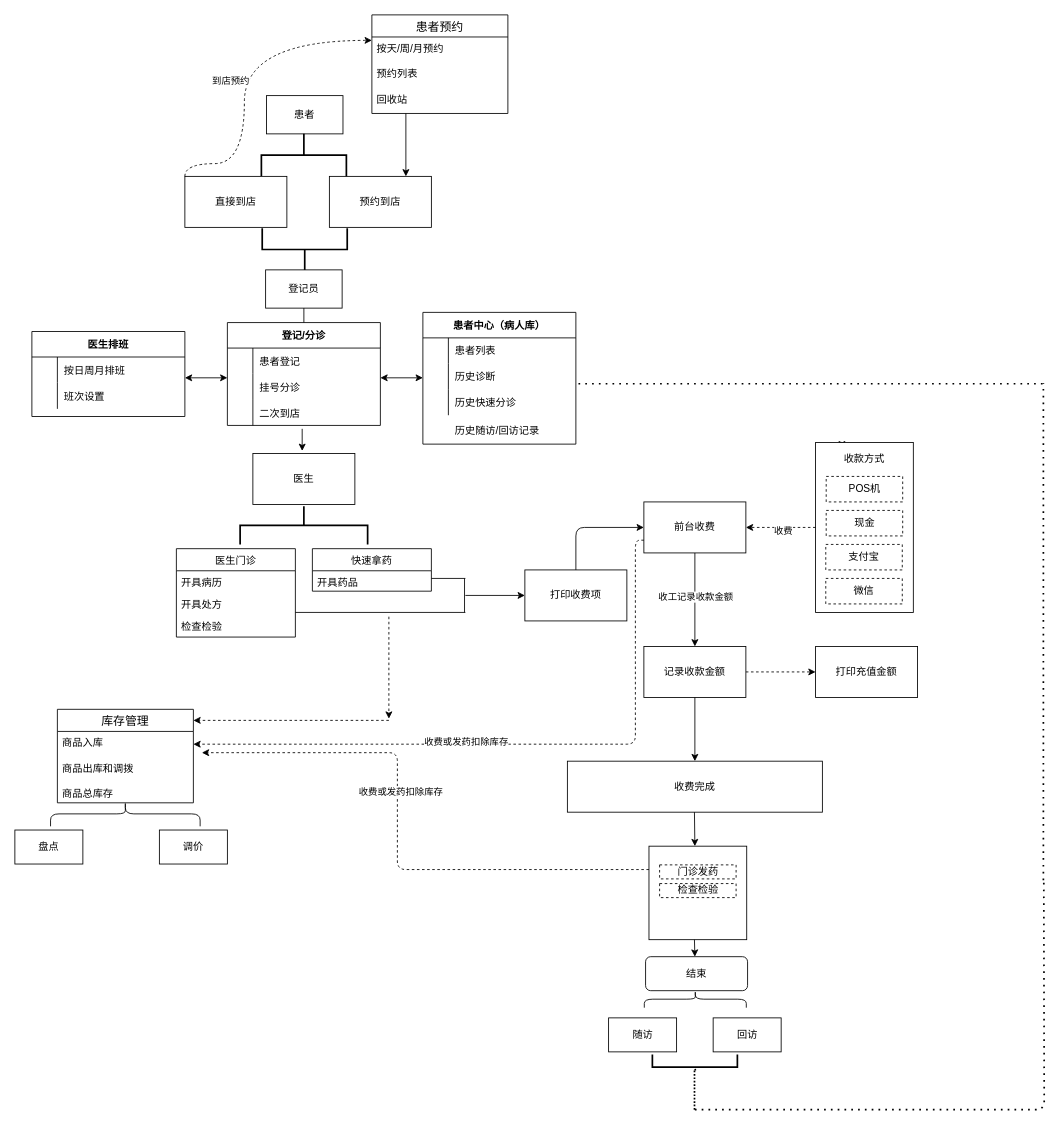
This is 牙管家/牙医管家业务逻辑ER图.drawio from cherishsince/diagrams.net, a draw.io file, before an edit. Source tidied: cells renumbered, new cells numbered last; positions are measured from the earlier drawing's top-left corner, leaving out a move shared by most shapes. Both pictures are drawn from the tidied source at 85%, with x=0, y=0 at pixel (14, 14).
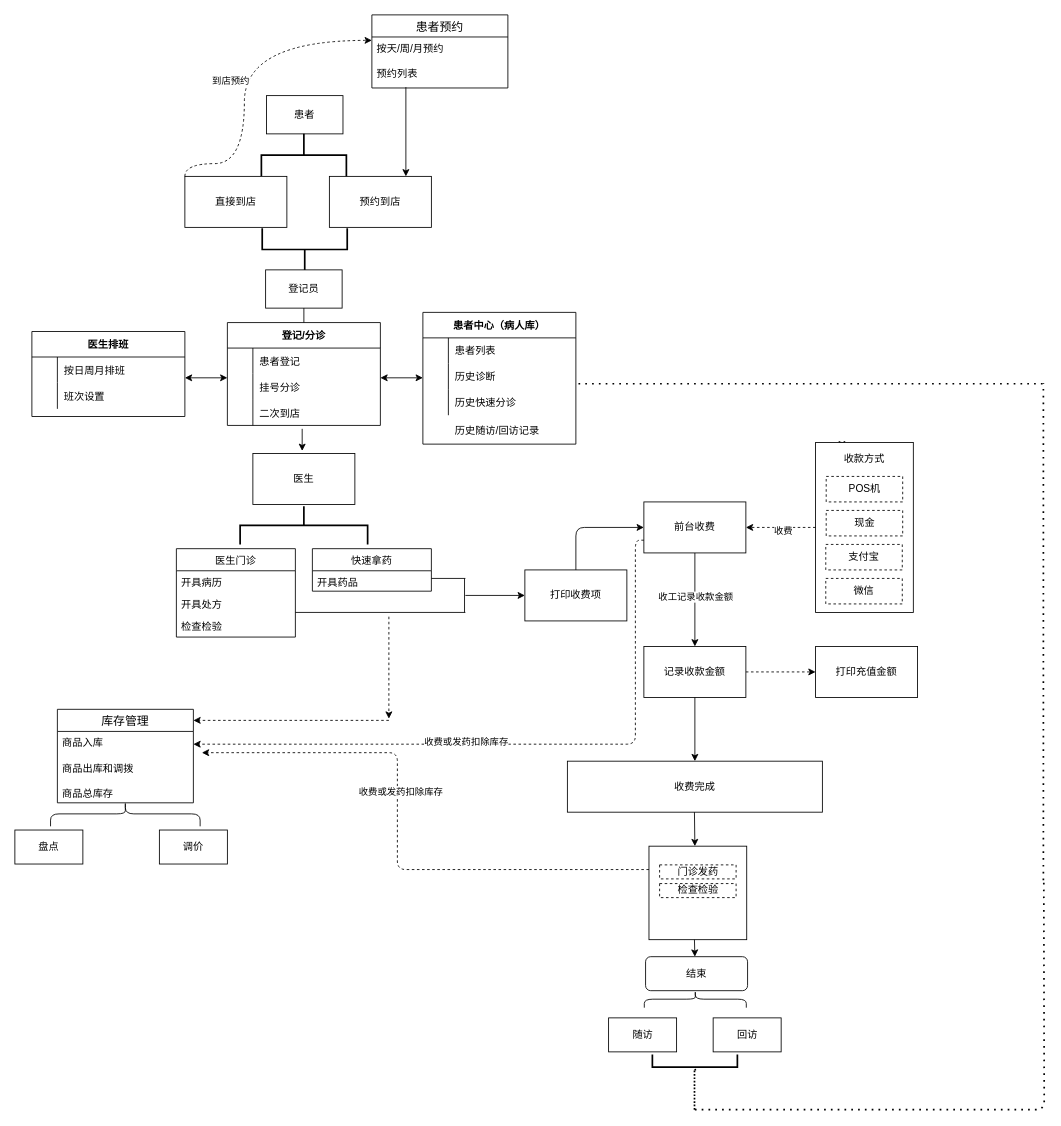
After the change.

Commit message:
更新牙医管家业务逻辑ER图.drawio

The change refers to these unchanged cells:
```xml
<mxCell id="4" value="预约到店" style="rounded=0;whiteSpace=wrap;html=1;" parent="1" vertex="1">
  <mxGeometry x="370" y="190" width="120" height="60" as="geometry" />
</mxCell>
```

Diff of the diagram source:
```diff
@@
     <mxCell id="24" value="患者预约" style="swimlane;fontStyle=0;horizontal=1;startSize=26;align=center;fontSize=14;" parent="1" vertex="1">
-      <mxGeometry x="420" width="160" height="116" as="geometry" />
+      <mxGeometry x="420" width="160" height="86" as="geometry" />
     </mxCell>
@@
-    <mxCell id="27" style="endArrow=classic;html=1;entryX=0.75;entryY=0;entryDx=0;entryDy=0;" parent="24" edge="1" target="4">
-      <mxGeometry relative="1" as="geometry">
-        <mxPoint x="40" y="116" as="sourcePoint" />
-      </mxGeometry>
-    </mxCell>
-    <mxCell id="28" value="回收站" style="text;strokeColor=none;fillColor=none;spacingLeft=4;spacingRight=4;overflow=hidden;fontSize=12;" parent="24" vertex="1">
-      <mxGeometry y="86" width="160" height="30" as="geometry" />
-    </mxCell>
@@
+    <mxCell id="27" style="endArrow=classic;html=1;entryX=0.75;entryY=0;entryDx=0;entryDy=0;" parent="1" edge="1" target="4">
+      <mxGeometry relative="1" as="geometry">
+        <mxPoint x="460" y="85" as="sourcePoint" />
+      </mxGeometry>
+    </mxCell>
```
